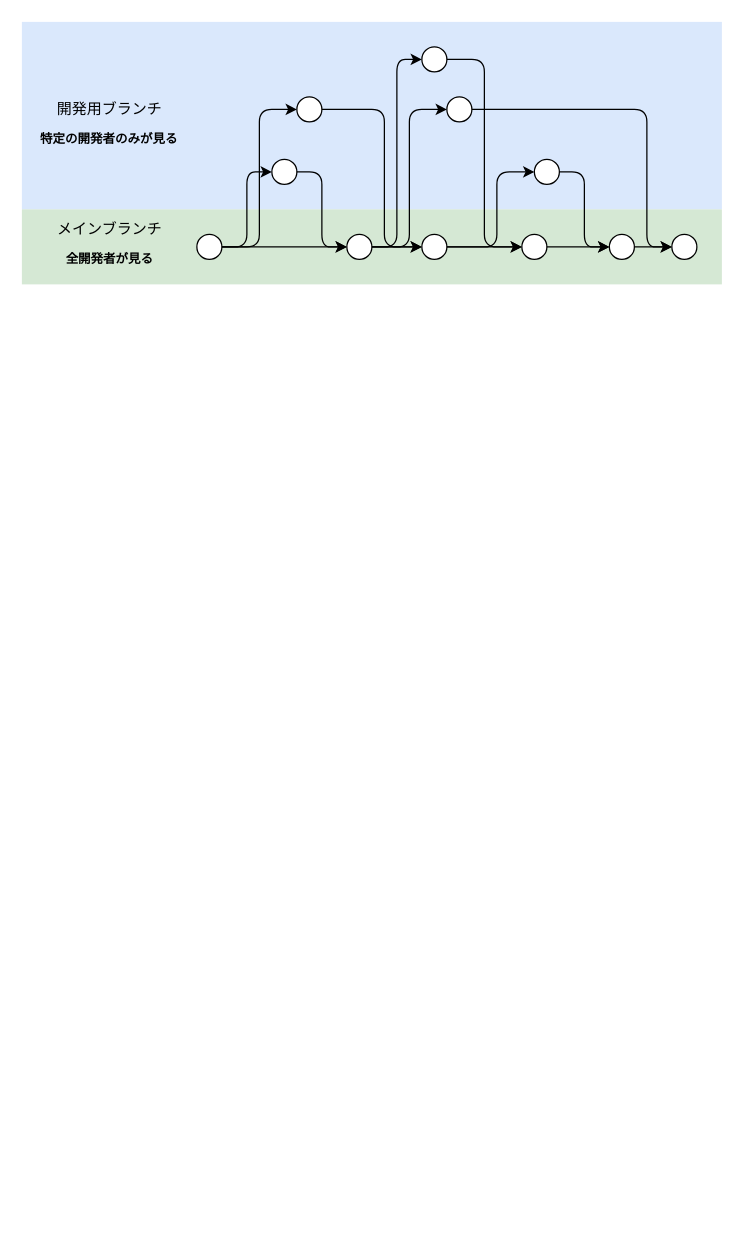
shotaIDE/zenn keeps this draw.io diagram as images/mobile-trunk-based-release-strategy/trunk-based-flow-for-project.drawio. Above is the earlier version. Source tidied: cells renumbered, new cells numbered last; positions are measured from the earlier drawing's top-left corner, leaving out a move shared by most shapes. Both pictures are drawn from the tidied source at 125%, with x=0, y=0 at pixel (21, 21).
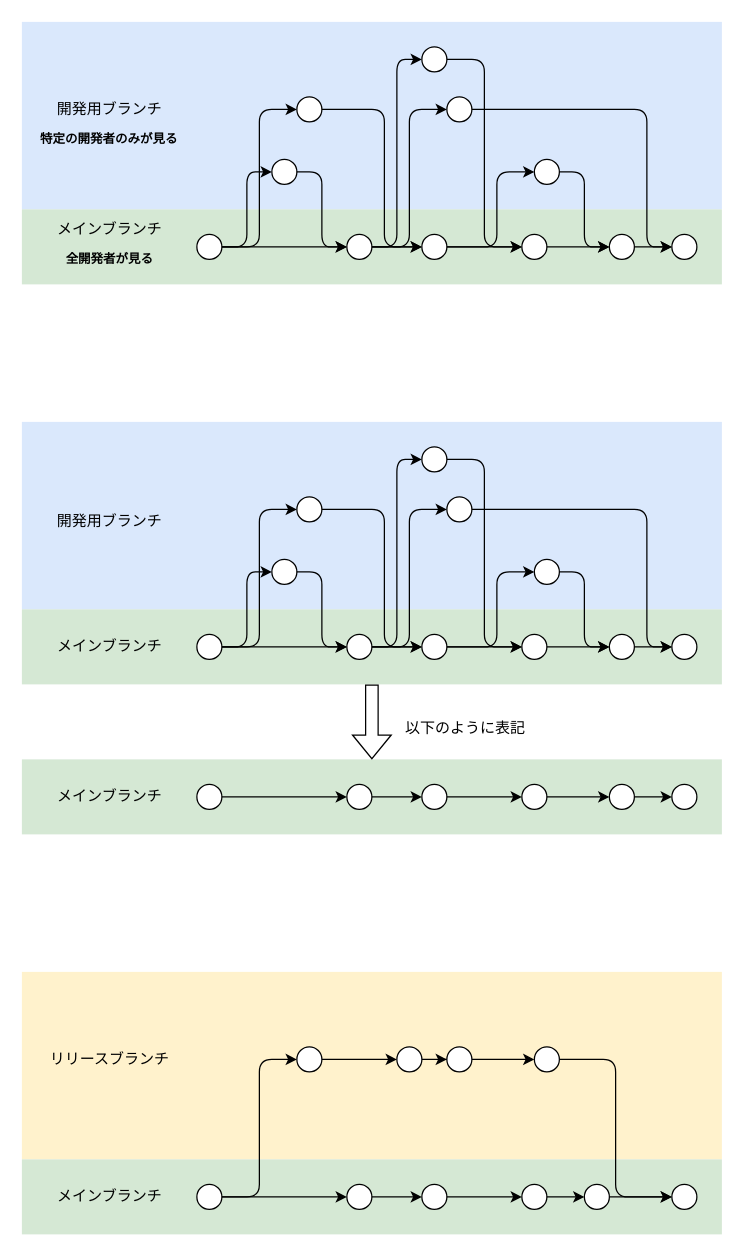
The same page after the edit.

The edit, as a diff of the source:
```diff
@@
+    <mxCell id="36" style="rounded=0;whiteSpace=wrap;html=1;fillColor=#dae8fc;strokeColor=none;" parent="1" vertex="1">
+      <mxGeometry y="320" width="560" height="150" as="geometry" />
+    </mxCell>
+    <mxCell id="37" style="rounded=0;whiteSpace=wrap;html=1;fillColor=#d5e8d4;strokeColor=none;" parent="1" vertex="1">
+      <mxGeometry y="470" width="560" height="60" as="geometry" />
+    </mxCell>
+    <mxCell id="38" style="edgeStyle=orthogonalEdgeStyle;rounded=0;jettySize=auto;html=1;entryX=0;entryY=0.5;entryDx=0;entryDy=0;" parent="1" edge="1" source="41" target="47">
+      <mxGeometry relative="1" as="geometry" />
+    </mxCell>
+    <mxCell id="39" style="edgeStyle=orthogonalEdgeStyle;rounded=1;jettySize=auto;html=1;entryX=0;entryY=0.5;entryDx=0;entryDy=0;curved=0;" parent="1" edge="1" source="41" target="43">
+      <mxGeometry relative="1" as="geometry" />
+    </mxCell>
+    <mxCell id="40" style="edgeStyle=orthogonalEdgeStyle;rounded=1;jettySize=auto;html=1;entryX=0;entryY=0.5;entryDx=0;entryDy=0;curved=0;" parent="1" edge="1" source="41" target="53">
+      <mxGeometry relative="1" as="geometry" />
+    </mxCell>
+    <mxCell id="41" style="ellipse;whiteSpace=wrap;html=1;" parent="1" vertex="1">
+      <mxGeometry x="140" y="490" width="20" height="20" as="geometry" />
+    </mxCell>
+    <mxCell id="42" style="edgeStyle=orthogonalEdgeStyle;rounded=1;jettySize=auto;html=1;entryX=0;entryY=0.5;entryDx=0;entryDy=0;curved=0;" parent="1" edge="1" source="43" target="47">
+      <mxGeometry relative="1" as="geometry" />
+    </mxCell>
+    <mxCell id="43" style="ellipse;whiteSpace=wrap;html=1;" parent="1" vertex="1">
+      <mxGeometry x="200" y="430" width="20" height="20" as="geometry" />
+    </mxCell>
+    <mxCell id="44" style="edgeStyle=orthogonalEdgeStyle;rounded=1;jettySize=auto;html=1;entryX=0;entryY=0.5;entryDx=0;entryDy=0;curved=0;" parent="1" edge="1" source="47" target="55">
+      <mxGeometry relative="1" as="geometry" />
+    </mxCell>
+    <mxCell id="45" style="edgeStyle=orthogonalEdgeStyle;rounded=0;jettySize=auto;html=1;entryX=0;entryY=0.5;entryDx=0;entryDy=0;" parent="1" edge="1" source="47" target="60">
+      <mxGeometry relative="1" as="geometry" />
+    </mxCell>
+    <mxCell id="46" style="edgeStyle=orthogonalEdgeStyle;rounded=1;jettySize=auto;html=1;entryX=0;entryY=0.5;entryDx=0;entryDy=0;curved=0;" parent="1" edge="1" source="47" target="62">
+      <mxGeometry relative="1" as="geometry" />
+    </mxCell>
+    <mxCell id="47" style="ellipse;whiteSpace=wrap;html=1;" parent="1" vertex="1">
+      <mxGeometry x="260" y="490" width="20" height="20" as="geometry" />
+    </mxCell>
+    <mxCell id="48" style="edgeStyle=orthogonalEdgeStyle;rounded=0;jettySize=auto;html=1;" parent="1" edge="1" source="49" target="51">
+      <mxGeometry relative="1" as="geometry" />
+    </mxCell>
+    <mxCell id="49" style="ellipse;whiteSpace=wrap;html=1;" parent="1" vertex="1">
+      <mxGeometry x="400" y="490" width="20" height="20" as="geometry" />
+    </mxCell>
+    <mxCell id="50" style="edgeStyle=orthogonalEdgeStyle;rounded=0;jettySize=auto;html=1;" parent="1" edge="1" source="51" target="63">
+      <mxGeometry relative="1" as="geometry" />
+    </mxCell>
+    <mxCell id="51" style="ellipse;whiteSpace=wrap;html=1;" parent="1" vertex="1">
+      <mxGeometry x="470" y="490" width="20" height="20" as="geometry" />
+    </mxCell>
+    <mxCell id="52" style="edgeStyle=orthogonalEdgeStyle;rounded=1;jettySize=auto;html=1;entryX=0;entryY=0.5;entryDx=0;entryDy=0;curved=0;" parent="1" edge="1" source="53" target="60">
+      <mxGeometry relative="1" as="geometry">
+        <Array as="points">
+          <mxPoint x="290" y="390" />
+          <mxPoint x="290" y="500" />
+        </Array>
+      </mxGeometry>
+    </mxCell>
+    <mxCell id="53" style="ellipse;whiteSpace=wrap;html=1;" parent="1" vertex="1">
+      <mxGeometry x="220" y="380" width="20" height="20" as="geometry" />
+    </mxCell>
+    <mxCell id="54" style="edgeStyle=orthogonalEdgeStyle;rounded=1;jettySize=auto;html=1;entryX=0;entryY=0.5;entryDx=0;entryDy=0;curved=0;" parent="1" edge="1" source="55" target="49">
+      <mxGeometry relative="1" as="geometry" />
+    </mxCell>
+    <mxCell id="55" style="ellipse;whiteSpace=wrap;html=1;" parent="1" vertex="1">
+      <mxGeometry x="320" y="340" width="20" height="20" as="geometry" />
+    </mxCell>
+    <mxCell id="56" style="edgeStyle=orthogonalEdgeStyle;rounded=1;jettySize=auto;html=1;entryX=0;entryY=0.5;entryDx=0;entryDy=0;curved=0;" parent="1" edge="1" source="57" target="51">
+      <mxGeometry relative="1" as="geometry" />
+    </mxCell>
+    <mxCell id="57" style="ellipse;whiteSpace=wrap;html=1;" parent="1" vertex="1">
+      <mxGeometry x="410" y="430" width="20" height="20" as="geometry" />
+    </mxCell>
+    <mxCell id="58" style="edgeStyle=orthogonalEdgeStyle;rounded=1;jettySize=auto;html=1;entryX=0;entryY=0.5;entryDx=0;entryDy=0;curved=0;" parent="1" edge="1" source="60" target="57">
+      <mxGeometry relative="1" as="geometry">
+        <Array as="points">
+          <mxPoint x="380" y="500" />
+          <mxPoint x="380" y="440" />
+        </Array>
+      </mxGeometry>
+    </mxCell>
+    <mxCell id="59" style="edgeStyle=orthogonalEdgeStyle;rounded=0;jettySize=auto;html=1;entryX=0;entryY=0.5;entryDx=0;entryDy=0;" parent="1" edge="1" source="60" target="49">
+      <mxGeometry relative="1" as="geometry" />
+    </mxCell>
+    <mxCell id="60" style="ellipse;whiteSpace=wrap;html=1;" parent="1" vertex="1">
+      <mxGeometry x="320" y="490" width="20" height="20" as="geometry" />
+    </mxCell>
+    <mxCell id="61" style="edgeStyle=orthogonalEdgeStyle;rounded=1;jettySize=auto;html=1;entryX=0;entryY=0.5;entryDx=0;entryDy=0;curved=0;" parent="1" edge="1" source="62" target="63">
+      <mxGeometry relative="1" as="geometry">
+        <Array as="points">
+          <mxPoint x="500" y="390" />
+          <mxPoint x="500" y="500" />
+        </Array>
+      </mxGeometry>
+    </mxCell>
+    <mxCell id="62" style="ellipse;whiteSpace=wrap;html=1;" parent="1" vertex="1">
+      <mxGeometry x="340" y="380" width="20" height="20" as="geometry" />
+    </mxCell>
+    <mxCell id="63" style="ellipse;whiteSpace=wrap;html=1;" parent="1" vertex="1">
+      <mxGeometry x="520" y="490" width="20" height="20" as="geometry" />
+    </mxCell>
+    <mxCell id="64" value="開発用ブランチ" style="text;html=1;strokeColor=none;fillColor=none;align=center;verticalAlign=middle;whiteSpace=wrap;rounded=0;" parent="1" vertex="1">
+      <mxGeometry x="19.5" y="390" width="101" height="20" as="geometry" />
+    </mxCell>
+    <mxCell id="65" value="メインブランチ" style="text;html=1;strokeColor=none;fillColor=none;align=center;verticalAlign=middle;whiteSpace=wrap;rounded=0;" parent="1" vertex="1">
+      <mxGeometry x="14.5" y="488.8" width="111" height="22.5" as="geometry" />
+    </mxCell>
+    <mxCell id="66" style="rounded=0;whiteSpace=wrap;html=1;fillColor=#d5e8d4;strokeColor=none;" parent="1" vertex="1">
+      <mxGeometry y="590" width="560" height="60" as="geometry" />
+    </mxCell>
+    <mxCell id="67" style="edgeStyle=orthogonalEdgeStyle;rounded=0;jettySize=auto;html=1;entryX=0;entryY=0.5;entryDx=0;entryDy=0;" parent="1" edge="1" source="68" target="70">
+      <mxGeometry relative="1" as="geometry" />
+    </mxCell>
+    <mxCell id="68" style="ellipse;whiteSpace=wrap;html=1;" parent="1" vertex="1">
+      <mxGeometry x="140" y="610" width="20" height="20" as="geometry" />
+    </mxCell>
+    <mxCell id="69" style="edgeStyle=orthogonalEdgeStyle;rounded=0;jettySize=auto;html=1;entryX=0;entryY=0.5;entryDx=0;entryDy=0;" parent="1" edge="1" source="70" target="76">
+      <mxGeometry relative="1" as="geometry" />
+    </mxCell>
+    <mxCell id="70" style="ellipse;whiteSpace=wrap;html=1;" parent="1" vertex="1">
+      <mxGeometry x="260" y="610" width="20" height="20" as="geometry" />
+    </mxCell>
+    <mxCell id="71" style="edgeStyle=orthogonalEdgeStyle;rounded=0;jettySize=auto;html=1;" parent="1" edge="1" source="72" target="74">
+      <mxGeometry relative="1" as="geometry" />
+    </mxCell>
+    <mxCell id="72" style="ellipse;whiteSpace=wrap;html=1;" parent="1" vertex="1">
+      <mxGeometry x="400" y="610" width="20" height="20" as="geometry" />
+    </mxCell>
+    <mxCell id="73" style="edgeStyle=orthogonalEdgeStyle;rounded=0;jettySize=auto;html=1;" parent="1" edge="1" source="74" target="77">
+      <mxGeometry relative="1" as="geometry" />
+    </mxCell>
+    <mxCell id="74" style="ellipse;whiteSpace=wrap;html=1;" parent="1" vertex="1">
+      <mxGeometry x="470" y="610" width="20" height="20" as="geometry" />
+    </mxCell>
+    <mxCell id="75" style="edgeStyle=orthogonalEdgeStyle;rounded=0;jettySize=auto;html=1;entryX=0;entryY=0.5;entryDx=0;entryDy=0;" parent="1" edge="1" source="76" target="72">
+      <mxGeometry relative="1" as="geometry" />
+    </mxCell>
+    <mxCell id="76" style="ellipse;whiteSpace=wrap;html=1;" parent="1" vertex="1">
+      <mxGeometry x="320" y="610" width="20" height="20" as="geometry" />
+    </mxCell>
+    <mxCell id="77" style="ellipse;whiteSpace=wrap;html=1;" parent="1" vertex="1">
+      <mxGeometry x="520" y="610" width="20" height="20" as="geometry" />
+    </mxCell>
+    <mxCell id="78" value="メインブランチ" style="text;html=1;strokeColor=none;fillColor=none;align=center;verticalAlign=middle;whiteSpace=wrap;rounded=0;" parent="1" vertex="1">
+      <mxGeometry x="14.5" y="608.8" width="111" height="22.5" as="geometry" />
+    </mxCell>
+    <mxCell id="79" style="shape=flexArrow;endArrow=classic;html=1;rounded=0;" parent="1" edge="1" source="37" target="66">
+      <mxGeometry relative="1" as="geometry" />
+    </mxCell>
+    <mxCell id="80" value="以下のように表記" style="text;html=1;align=center;verticalAlign=middle;whiteSpace=wrap;rounded=0;" parent="1" vertex="1">
+      <mxGeometry x="300" y="550" width="110" height="30" as="geometry" />
+    </mxCell>
+    <mxCell id="81" style="rounded=0;whiteSpace=wrap;html=1;fillColor=#fff2cc;strokeColor=none;" parent="1" vertex="1">
+      <mxGeometry y="760" width="560" height="150" as="geometry" />
+    </mxCell>
+    <mxCell id="82" style="rounded=0;whiteSpace=wrap;html=1;fillColor=#d5e8d4;strokeColor=none;" parent="1" vertex="1">
+      <mxGeometry y="910" width="560" height="60" as="geometry" />
+    </mxCell>
+    <mxCell id="83" style="edgeStyle=orthogonalEdgeStyle;rounded=0;jettySize=auto;html=1;entryX=0;entryY=0.5;entryDx=0;entryDy=0;" parent="1" edge="1" source="85" target="89">
+      <mxGeometry relative="1" as="geometry" />
+    </mxCell>
+    <mxCell id="84" style="edgeStyle=orthogonalEdgeStyle;rounded=1;jettySize=auto;html=1;entryX=0;entryY=0.5;entryDx=0;entryDy=0;curved=0;" parent="1" edge="1" source="85" target="95">
+      <mxGeometry relative="1" as="geometry" />
+    </mxCell>
+    <mxCell id="85" style="ellipse;whiteSpace=wrap;html=1;" parent="1" vertex="1">
+      <mxGeometry x="140" y="930" width="20" height="20" as="geometry" />
+    </mxCell>
+    <mxCell id="86" style="edgeStyle=orthogonalEdgeStyle;rounded=0;jettySize=auto;html=1;" parent="1" edge="1" source="87" target="101">
+      <mxGeometry relative="1" as="geometry" />
+    </mxCell>
+    <mxCell id="87" style="ellipse;whiteSpace=wrap;html=1;" parent="1" vertex="1">
+      <mxGeometry x="300" y="820" width="20" height="20" as="geometry" />
+    </mxCell>
+    <mxCell id="88" style="edgeStyle=orthogonalEdgeStyle;rounded=0;jettySize=auto;html=1;entryX=0;entryY=0.5;entryDx=0;entryDy=0;" parent="1" edge="1" source="89" target="99">
+      <mxGeometry relative="1" as="geometry" />
+    </mxCell>
+    <mxCell id="89" style="ellipse;whiteSpace=wrap;html=1;" parent="1" vertex="1">
+      <mxGeometry x="260" y="930" width="20" height="20" as="geometry" />
+    </mxCell>
+    <mxCell id="90" style="edgeStyle=orthogonalEdgeStyle;rounded=0;jettySize=auto;html=1;" parent="1" edge="1" source="91" target="93">
+      <mxGeometry relative="1" as="geometry" />
+    </mxCell>
+    <mxCell id="91" style="ellipse;whiteSpace=wrap;html=1;" parent="1" vertex="1">
+      <mxGeometry x="400" y="930" width="20" height="20" as="geometry" />
+    </mxCell>
+    <mxCell id="92" style="edgeStyle=orthogonalEdgeStyle;rounded=0;jettySize=auto;html=1;" parent="1" edge="1" source="93" target="102">
+      <mxGeometry relative="1" as="geometry" />
+    </mxCell>
+    <mxCell id="93" style="ellipse;whiteSpace=wrap;html=1;" parent="1" vertex="1">
+      <mxGeometry x="450" y="930" width="20" height="20" as="geometry" />
+    </mxCell>
+    <mxCell id="94" style="edgeStyle=orthogonalEdgeStyle;rounded=0;jettySize=auto;html=1;entryX=0;entryY=0.5;entryDx=0;entryDy=0;" parent="1" edge="1" source="95" target="87">
+      <mxGeometry relative="1" as="geometry" />
+    </mxCell>
+    <mxCell id="95" style="ellipse;whiteSpace=wrap;html=1;" parent="1" vertex="1">
+      <mxGeometry x="220" y="820" width="20" height="20" as="geometry" />
+    </mxCell>
+    <mxCell id="96" style="edgeStyle=orthogonalEdgeStyle;rounded=1;jettySize=auto;html=1;entryX=0;entryY=0.5;entryDx=0;entryDy=0;curved=0;" parent="1" edge="1" source="97" target="102">
+      <mxGeometry relative="1" as="geometry" />
+    </mxCell>
+    <mxCell id="97" style="ellipse;whiteSpace=wrap;html=1;" parent="1" vertex="1">
+      <mxGeometry x="410" y="820" width="20" height="20" as="geometry" />
+    </mxCell>
+    <mxCell id="98" style="edgeStyle=orthogonalEdgeStyle;rounded=0;jettySize=auto;html=1;entryX=0;entryY=0.5;entryDx=0;entryDy=0;" parent="1" edge="1" source="99" target="91">
+      <mxGeometry relative="1" as="geometry" />
+    </mxCell>
+    <mxCell id="99" style="ellipse;whiteSpace=wrap;html=1;" parent="1" vertex="1">
+      <mxGeometry x="320" y="930" width="20" height="20" as="geometry" />
+    </mxCell>
+    <mxCell id="100" style="edgeStyle=orthogonalEdgeStyle;rounded=0;jettySize=auto;html=1;" parent="1" edge="1" source="101" target="97">
+      <mxGeometry relative="1" as="geometry" />
+    </mxCell>
+    <mxCell id="101" style="ellipse;whiteSpace=wrap;html=1;" parent="1" vertex="1">
+      <mxGeometry x="340" y="820" width="20" height="20" as="geometry" />
+    </mxCell>
+    <mxCell id="102" style="ellipse;whiteSpace=wrap;html=1;" parent="1" vertex="1">
+      <mxGeometry x="520" y="930" width="20" height="20" as="geometry" />
+    </mxCell>
+    <mxCell id="103" value="メインブランチ" style="text;html=1;strokeColor=none;fillColor=none;align=center;verticalAlign=middle;whiteSpace=wrap;rounded=0;" parent="1" vertex="1">
+      <mxGeometry x="14.5" y="928.8" width="111" height="22.5" as="geometry" />
+    </mxCell>
+    <mxCell id="104" value="リリースブランチ" style="text;html=1;strokeColor=none;fillColor=none;align=center;verticalAlign=middle;whiteSpace=wrap;rounded=0;" parent="1" vertex="1">
+      <mxGeometry x="14.5" y="818.8" width="111" height="22.5" as="geometry" />
+    </mxCell>
```
